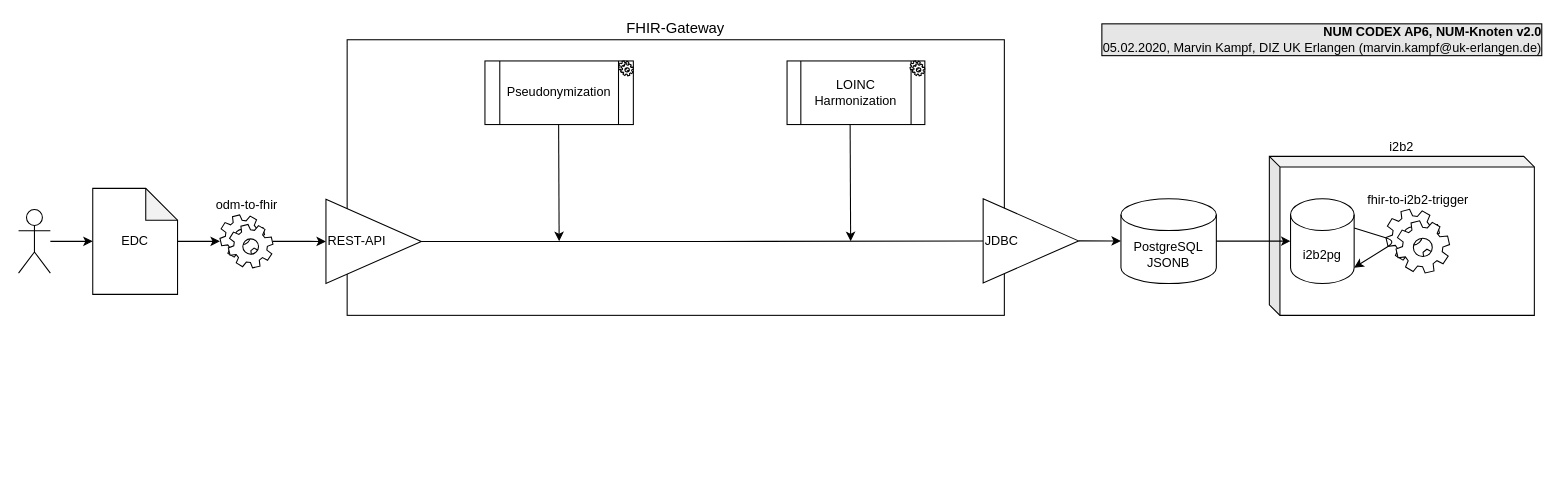
Above: img/num-codex-ap6-nk-v2.0.drawio in num-codex/num-knoten (draw.io), before the change. Source tidied: cells renumbered, new cells numbered last; positions are measured from the earlier drawing's top-left corner, leaving out a move shared by most shapes. Both pictures are drawn from the tidied source at 106%, with x=0, y=0 at pixel (18, 29).
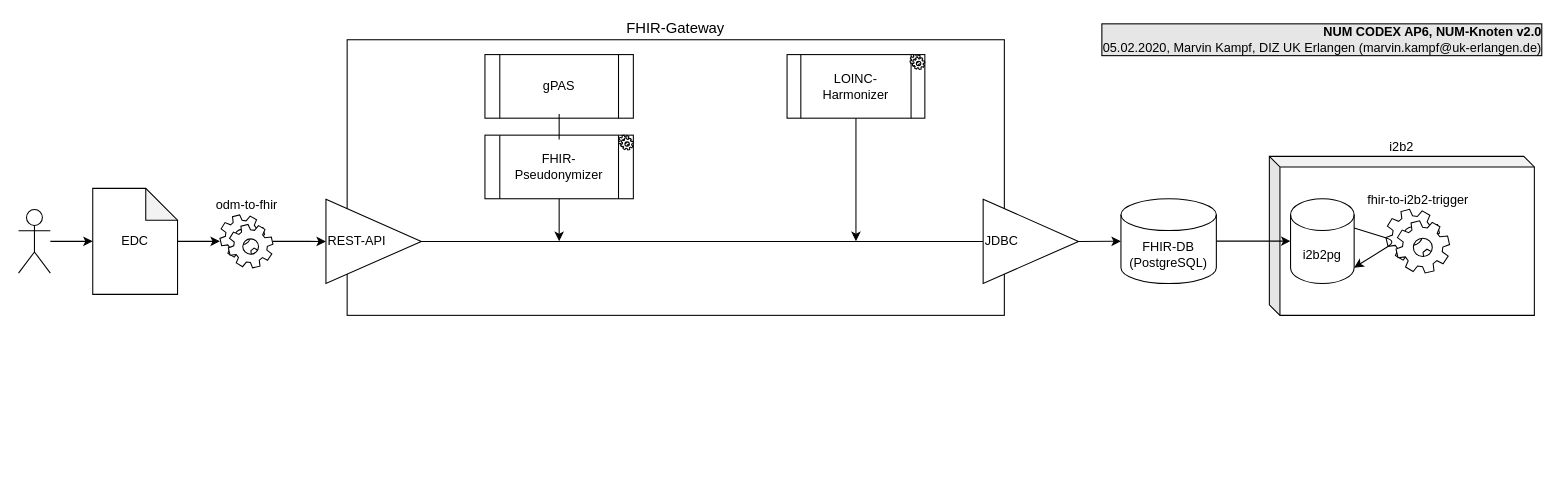
Above is the later version.

Commit message (it also covers changes not shown here):
doc: renames some components in diagrams

The change refers to these unchanged cells:
```xml
<mxCell id="3" style="group;fontSize=12;" parent="1" vertex="1">
  <mxGeometry x="290" y="10" width="710" height="410" as="geometry" />
</mxCell>
<mxCell id="6" value="REST-API" style="triangle;whiteSpace=wrap;html=1;align=left;" parent="3" vertex="1">
  <mxGeometry y="150.5" width="90" height="79.5" as="geometry" />
</mxCell>
```

Change to the diagram source:
```diff
@@
-    <mxCell id="5" style="edgeStyle=orthogonalEdgeStyle;rounded=0;jettySize=auto;html=1;endArrow=none;endFill=0;" parent="3" edge="1" source="6" target="10">
+    <mxCell id="5" style="edgeStyle=orthogonalEdgeStyle;rounded=0;jettySize=auto;html=1;endArrow=none;endFill=0;entryX=0;entryY=0.5;entryDx=0;entryDy=0;" parent="3" edge="1" source="6" target="10">
       <mxGeometry relative="1" as="geometry" />
     </mxCell>
@@
-    <mxCell id="7" value="LOINC Harmonization" style="shape=process;whiteSpace=wrap;html=1;backgroundOutline=1;" parent="3" vertex="1">
-      <mxGeometry x="435" y="20" width="130" height="60" as="geometry" />
+    <mxCell id="7" value="LOINC-Harmonizer" style="shape=process;whiteSpace=wrap;html=1;backgroundOutline=1;" parent="3" vertex="1">
+      <mxGeometry x="435" y="14" width="130" height="60" as="geometry" />
     </mxCell>
-    <mxCell id="8" value="Pseudonymization" style="shape=process;whiteSpace=wrap;html=1;backgroundOutline=1;" parent="3" vertex="1">
-      <mxGeometry x="150" y="20" width="140" height="60" as="geometry" />
+    <mxCell id="8" value="FHIR-Pseudonymizer" style="shape=process;whiteSpace=wrap;html=1;backgroundOutline=1;" parent="3" vertex="1">
+      <mxGeometry x="150" y="90" width="140" height="60" as="geometry" />
     </mxCell>
-    <mxCell id="9" style="endArrow=classic;html=1;exitX=0.5;exitY=1;exitDx=0;exitDy=0;" parent="3" edge="1">
+    <mxCell id="9" style="endArrow=classic;html=1;exitX=0.5;exitY=1;exitDx=0;exitDy=0;" parent="3" edge="1" source="8">
       <mxGeometry x="-120" as="geometry">
-        <mxPoint x="219.5" y="80" as="sourcePoint" />
         <mxPoint x="220" y="190" as="targetPoint" />
       </mxGeometry>
     </mxCell>
     <mxCell id="10" value="JDBC" style="triangle;whiteSpace=wrap;html=1;align=left;" parent="3" vertex="1">
-      <mxGeometry x="620" y="150" width="90" height="79.5" as="geometry" />
+      <mxGeometry x="620" y="150.5" width="90" height="79.5" as="geometry" />
     </mxCell>
-    <mxCell id="11" style="endArrow=classic;html=1;exitX=0.5;exitY=1;exitDx=0;exitDy=0;" parent="3" edge="1">
+    <mxCell id="11" style="endArrow=classic;html=1;exitX=0.5;exitY=1;exitDx=0;exitDy=0;" parent="3" edge="1" source="7">
       <mxGeometry x="155" as="geometry">
-        <mxPoint x="494.5" y="80" as="sourcePoint" />
-        <mxPoint x="495" y="190" as="targetPoint" />
+        <mxPoint x="500" y="190" as="targetPoint" />
       </mxGeometry>
     </mxCell>
     <mxCell id="12" style="shape=mxgraph.bpmn.service_task;html=1;align=center;" parent="3" vertex="1">
-      <mxGeometry x="276" y="20" width="14" height="14" as="geometry" />
+      <mxGeometry x="276" y="90" width="14" height="14" as="geometry" />
     </mxCell>
     <mxCell id="13" style="shape=mxgraph.bpmn.service_task;html=1;align=center;" parent="3" vertex="1">
-      <mxGeometry x="551" y="20" width="14" height="14" as="geometry" />
+      <mxGeometry x="551" y="14" width="14" height="14" as="geometry" />
     </mxCell>
+    <mxCell id="27" value="gPAS" style="shape=process;whiteSpace=wrap;html=1;backgroundOutline=1;" parent="3" vertex="1">
+      <mxGeometry x="150" y="14" width="140" height="60" as="geometry" />
+    </mxCell>
+    <mxCell id="28" style="edgeStyle=orthogonalEdgeStyle;rounded=0;jettySize=auto;html=1;endArrow=none;endFill=0;" parent="3" edge="1" source="27" target="8">
+      <mxGeometry relative="1" as="geometry" />
+    </mxCell>
-    <mxCell id="14" value="PostgreSQL JSONB" style="shape=cylinder3;whiteSpace=wrap;html=1;boundedLbl=1;backgroundOutline=1;size=15;align=center;" parent="1" vertex="1">
+    <mxCell id="14" value="FHIR-DB&lt;br&gt;(PostgreSQL)" style="shape=cylinder3;whiteSpace=wrap;html=1;boundedLbl=1;backgroundOutline=1;size=15;align=center;" parent="1" vertex="1">
       <mxGeometry x="1040" y="160" width="90" height="80" as="geometry" />
     </mxCell>
```
